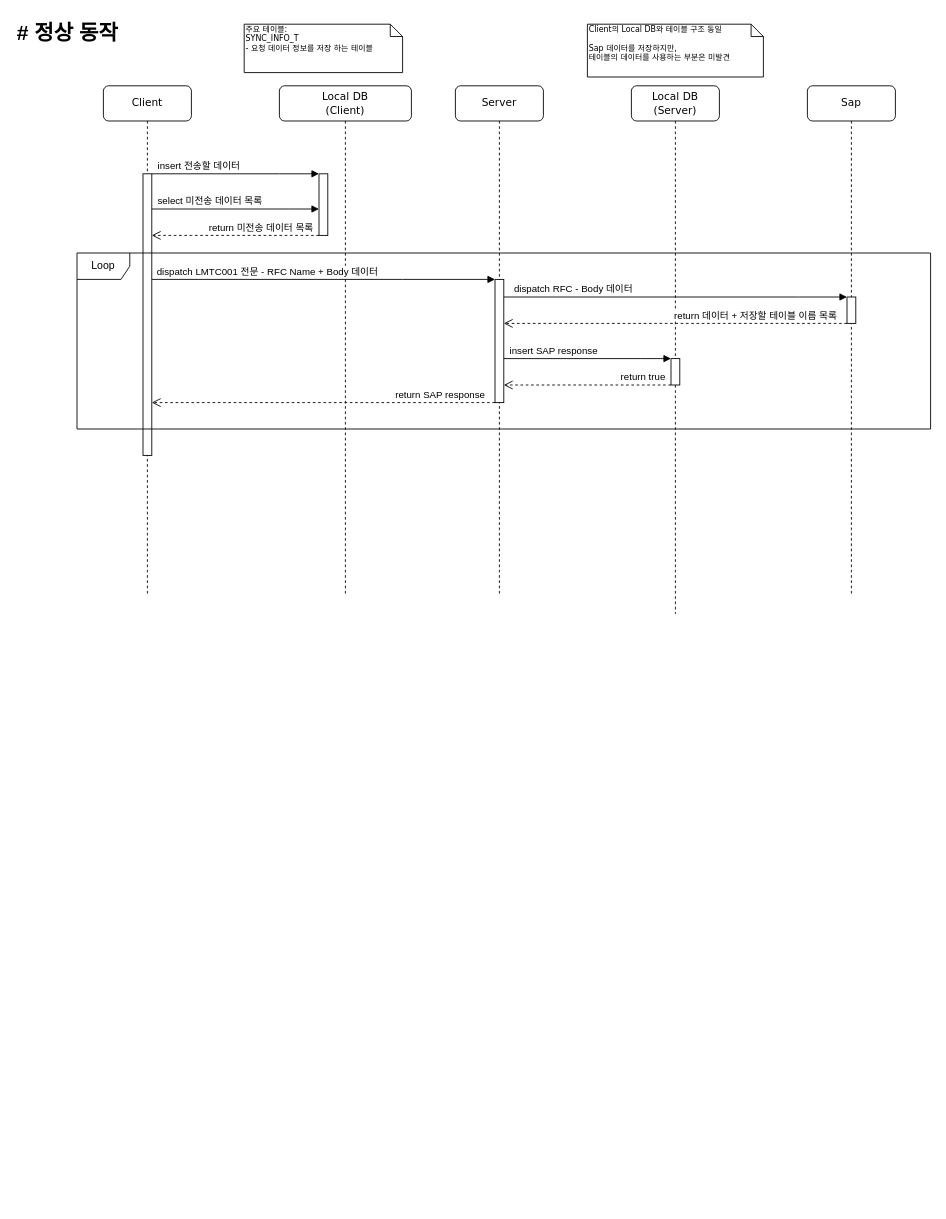
This is 제목 없는 다이어그램.drawio from rireya/reya-diagrams, a draw.io file, before an edit. Source tidied: cells renumbered, new cells numbered last; positions are measured from the earlier drawing's top-left corner, leaving out a move shared by most shapes. Both pictures are drawn from the tidied source at 88%, with x=0, y=0 at pixel (15, 15).
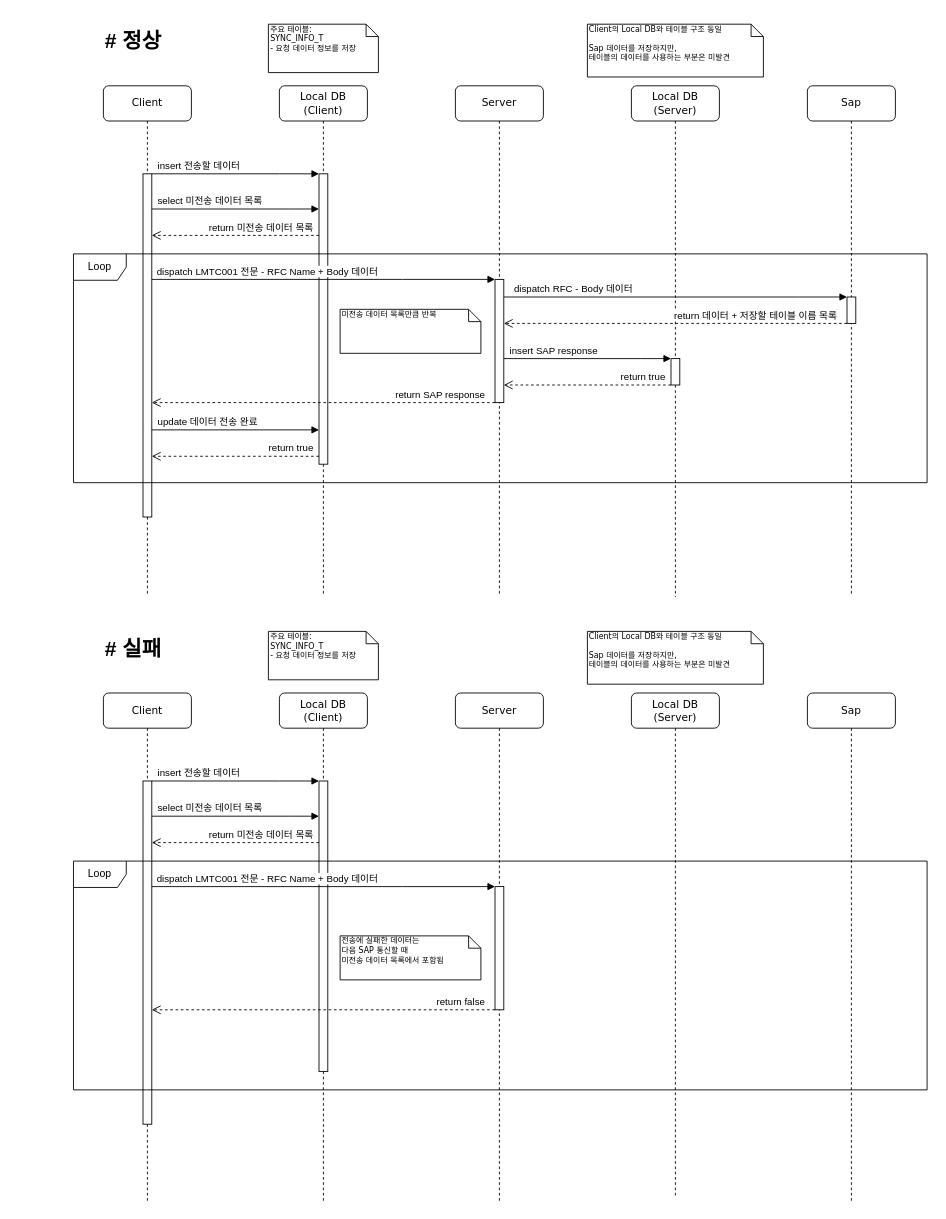
The same page after the edit.

Commit message (it also covers changes not shown here):
제목 없는 다이어그램.drawio 업데이트

The change refers to these unchanged cells:
```xml
<mxCell id="10" value="Client" style="shape=umlLifeline;perimeter=lifelinePerimeter;whiteSpace=wrap;html=1;rounded=1;shadow=0;comic=0;labelBackgroundColor=none;strokeWidth=1;fontFamily=Verdana;fontSize=12;align=center;" parent="1" vertex="1">
  <mxGeometry x="100" y="80" width="100" height="580" as="geometry" />
</mxCell>
```

Change to the diagram source:
```diff
@@
     <mxCell id="2" value="Local DB&lt;br&gt;(Client)" style="shape=umlLifeline;perimeter=lifelinePerimeter;whiteSpace=wrap;html=1;rounded=1;shadow=0;comic=0;labelBackgroundColor=none;strokeWidth=1;fontFamily=Verdana;fontSize=12;align=center;" parent="1" vertex="1">
-      <mxGeometry x="300" y="80" width="150" height="580" as="geometry" />
+      <mxGeometry x="300" y="80" width="100" height="580" as="geometry" />
     </mxCell>
     <mxCell id="3" style="html=1;points=[];perimeter=orthogonalPerimeter;rounded=0;shadow=0;comic=0;labelBackgroundColor=none;strokeWidth=1;fontFamily=Verdana;fontSize=12;align=center;" parent="2" vertex="1">
-      <mxGeometry x="45" y="100" width="10" height="70" as="geometry" />
+      <mxGeometry x="45" y="100" width="10" height="330" as="geometry" />
     </mxCell>
@@
     <mxCell id="6" value="Local DB&lt;br style=&quot;border-color: var(--border-color);&quot;&gt;(Server)" style="shape=umlLifeline;perimeter=lifelinePerimeter;whiteSpace=wrap;html=1;rounded=1;shadow=0;comic=0;labelBackgroundColor=none;strokeWidth=1;fontFamily=Verdana;fontSize=12;align=center;" parent="1" vertex="1">
-      <mxGeometry x="700" y="80" width="100" height="600" as="geometry" />
+      <mxGeometry x="700" y="80" width="100" height="581" as="geometry" />
     </mxCell>
@@
     <mxCell id="11" style="html=1;points=[];perimeter=orthogonalPerimeter;rounded=0;shadow=0;comic=0;labelBackgroundColor=none;strokeWidth=1;fontFamily=Verdana;fontSize=12;align=center;" parent="10" vertex="1">
-      <mxGeometry x="45" y="100" width="10" height="320" as="geometry" />
+      <mxGeometry x="45" y="100" width="10" height="390" as="geometry" />
     </mxCell>
-    <mxCell id="12" value="주요 테이블:&lt;br style=&quot;font-size: 9px;&quot;&gt;SYNC_INFO_T&lt;br&gt;- 요청 데이터 정보를 저장 하는 테이블" style="shape=note;whiteSpace=wrap;html=1;size=14;verticalAlign=top;align=left;spacingTop=-6;rounded=0;shadow=0;comic=0;labelBackgroundColor=none;strokeWidth=1;fontFamily=Verdana;fontSize=9;" parent="1" vertex="1">
-      <mxGeometry x="260" y="10" width="180" height="55" as="geometry" />
+    <mxCell id="12" value="주요 테이블:&lt;br style=&quot;font-size: 9px;&quot;&gt;SYNC_INFO_T&lt;br&gt;- 요청 데이터 정보를 저장" style="shape=note;whiteSpace=wrap;html=1;size=14;verticalAlign=top;align=left;spacingTop=-6;rounded=0;shadow=0;comic=0;labelBackgroundColor=none;strokeWidth=1;fontFamily=Verdana;fontSize=9;" parent="1" vertex="1">
+      <mxGeometry x="287.5" y="10" width="125" height="55" as="geometry" />
     </mxCell>
@@
-    <mxCell id="14" value="# 정상 동작" style="text;html=1;strokeColor=none;fillColor=none;align=left;verticalAlign=middle;whiteSpace=wrap;rounded=0;fontStyle=1;fontSize=24;fontFamily=Helvetica;" parent="1" vertex="1">
-      <mxGeometry width="280" height="40" as="geometry" />
+    <mxCell id="14" value="# 정상" style="text;html=1;strokeColor=none;fillColor=none;align=left;verticalAlign=middle;whiteSpace=wrap;rounded=0;fontStyle=1;fontSize=24;fontFamily=Helvetica;" parent="1" vertex="1">
+      <mxGeometry x="100" y="10" width="165" height="40" as="geometry" />
     </mxCell>
@@
-    <mxCell id="24" value="Loop" style="shape=umlFrame;whiteSpace=wrap;html=1;" parent="1" vertex="1">
-      <mxGeometry x="70" y="270" width="970" height="200" as="geometry" />
-    </mxCell>
+    <mxCell id="25" value="update 데이터 전송 완료" style="html=1;verticalAlign=bottom;endArrow=block;edgeStyle=elbowEdgeStyle;elbow=vertical;curved=0;rounded=0;align=left;" parent="1" edge="1" source="11" target="3">
+      <mxGeometry x="-0.95" relative="1" as="geometry">
+        <Array as="points">
+          <mxPoint x="320" y="471" />
+          <mxPoint x="320" y="451" />
+        </Array>
+      </mxGeometry>
+    </mxCell>
+    <mxCell id="26" value="return true" style="html=1;verticalAlign=bottom;endArrow=open;dashed=1;endSize=8;edgeStyle=elbowEdgeStyle;elbow=vertical;curved=0;rounded=0;align=right;" parent="1" edge="1" source="3" target="11">
+      <mxGeometry x="-0.95" relative="1" as="geometry">
+        <Array as="points">
+          <mxPoint x="201" y="501" />
+        </Array>
+      </mxGeometry>
+    </mxCell>
+    <mxCell id="27" value="Loop" style="shape=umlFrame;whiteSpace=wrap;html=1;" parent="1" vertex="1">
+      <mxGeometry x="66" y="271" width="970" height="260" as="geometry" />
+    </mxCell>
+    <mxCell id="28" value="Local DB&lt;br&gt;(Client)" style="shape=umlLifeline;perimeter=lifelinePerimeter;whiteSpace=wrap;html=1;rounded=1;shadow=0;comic=0;labelBackgroundColor=none;strokeWidth=1;fontFamily=Verdana;fontSize=12;align=center;" parent="1" vertex="1">
+      <mxGeometry x="300" y="770" width="100" height="580" as="geometry" />
+    </mxCell>
+    <mxCell id="29" style="html=1;points=[];perimeter=orthogonalPerimeter;rounded=0;shadow=0;comic=0;labelBackgroundColor=none;strokeWidth=1;fontFamily=Verdana;fontSize=12;align=center;" parent="28" vertex="1">
+      <mxGeometry x="45" y="100" width="10" height="330" as="geometry" />
+    </mxCell>
+    <mxCell id="30" value="Server" style="shape=umlLifeline;perimeter=lifelinePerimeter;whiteSpace=wrap;html=1;rounded=1;shadow=0;comic=0;labelBackgroundColor=none;strokeWidth=1;fontFamily=Verdana;fontSize=12;align=center;" parent="1" vertex="1">
+      <mxGeometry x="500" y="770" width="100" height="580" as="geometry" />
+    </mxCell>
+    <mxCell id="31" style="html=1;points=[];perimeter=orthogonalPerimeter;rounded=0;shadow=0;comic=0;labelBackgroundColor=none;strokeWidth=1;fontFamily=Verdana;fontSize=12;align=center;" parent="30" vertex="1">
+      <mxGeometry x="45" y="220" width="10" height="140" as="geometry" />
+    </mxCell>
+    <mxCell id="32" value="Local DB&lt;br style=&quot;border-color: var(--border-color);&quot;&gt;(Server)" style="shape=umlLifeline;perimeter=lifelinePerimeter;whiteSpace=wrap;html=1;rounded=1;shadow=0;comic=0;labelBackgroundColor=none;strokeWidth=1;fontFamily=Verdana;fontSize=12;align=center;" parent="1" vertex="1">
+      <mxGeometry x="700" y="770" width="100" height="574" as="geometry" />
+    </mxCell>
+    <mxCell id="33" value="Sap" style="shape=umlLifeline;perimeter=lifelinePerimeter;whiteSpace=wrap;html=1;rounded=1;shadow=0;comic=0;labelBackgroundColor=none;strokeWidth=1;fontFamily=Verdana;fontSize=12;align=center;" parent="1" vertex="1">
+      <mxGeometry x="900" y="770" width="100" height="580" as="geometry" />
+    </mxCell>
+    <mxCell id="34" value="Client" style="shape=umlLifeline;perimeter=lifelinePerimeter;whiteSpace=wrap;html=1;rounded=1;shadow=0;comic=0;labelBackgroundColor=none;strokeWidth=1;fontFamily=Verdana;fontSize=12;align=center;" parent="1" vertex="1">
+      <mxGeometry x="100" y="770" width="100" height="580" as="geometry" />
+    </mxCell>
+    <mxCell id="35" style="html=1;points=[];perimeter=orthogonalPerimeter;rounded=0;shadow=0;comic=0;labelBackgroundColor=none;strokeWidth=1;fontFamily=Verdana;fontSize=12;align=center;" parent="34" vertex="1">
+      <mxGeometry x="45" y="100" width="10" height="390" as="geometry" />
+    </mxCell>
+    <mxCell id="36" value="주요 테이블:&lt;br style=&quot;font-size: 9px;&quot;&gt;SYNC_INFO_T&lt;br&gt;- 요청 데이터 정보를 저장" style="shape=note;whiteSpace=wrap;html=1;size=14;verticalAlign=top;align=left;spacingTop=-6;rounded=0;shadow=0;comic=0;labelBackgroundColor=none;strokeWidth=1;fontFamily=Verdana;fontSize=9;" parent="1" vertex="1">
+      <mxGeometry x="287.5" y="700" width="125" height="55" as="geometry" />
+    </mxCell>
+    <mxCell id="37" value="Client의 Local DB와 테이블 구조 동일&lt;br&gt;&lt;br&gt;Sap 데이터를 저장하지만,&lt;br style=&quot;font-size: 9px;&quot;&gt;테이블의 데이터를 사용하는 부분은 미발견&lt;br style=&quot;font-size: 9px;&quot;&gt;" style="shape=note;whiteSpace=wrap;html=1;size=14;verticalAlign=top;align=left;spacingTop=-6;rounded=0;shadow=0;comic=0;labelBackgroundColor=none;strokeWidth=1;fontFamily=Verdana;fontSize=9;" parent="1" vertex="1">
+      <mxGeometry x="650" y="700" width="200" height="60" as="geometry" />
+    </mxCell>
+    <mxCell id="38" value="# 실패" style="text;html=1;strokeColor=none;fillColor=none;align=left;verticalAlign=middle;whiteSpace=wrap;rounded=0;fontStyle=1;fontSize=24;fontFamily=Helvetica;" parent="1" vertex="1">
+      <mxGeometry x="100" y="700" width="165" height="40" as="geometry" />
+    </mxCell>
+    <mxCell id="39" value="insert 전송할 데이터" style="html=1;verticalAlign=bottom;endArrow=block;edgeStyle=elbowEdgeStyle;elbow=vertical;curved=0;rounded=0;align=left;" parent="1" edge="1" source="35" target="29">
+      <mxGeometry x="-0.95" relative="1" as="geometry">
+        <Array as="points">
+          <mxPoint x="300" y="870" />
+          <mxPoint x="300" y="850" />
+        </Array>
+      </mxGeometry>
+    </mxCell>
+    <mxCell id="40" value="select 미전송 데이터 목록" style="html=1;verticalAlign=bottom;endArrow=block;edgeStyle=elbowEdgeStyle;elbow=vertical;curved=0;rounded=0;align=left;" parent="1" edge="1" source="35" target="29">
+      <mxGeometry x="-0.95" relative="1" as="geometry">
+        <Array as="points">
+          <mxPoint x="310" y="910" />
+          <mxPoint x="310" y="890" />
+        </Array>
+      </mxGeometry>
+    </mxCell>
+    <mxCell id="41" value="return 미전송 데이터 목록" style="html=1;verticalAlign=bottom;endArrow=open;dashed=1;endSize=8;edgeStyle=elbowEdgeStyle;elbow=vertical;curved=0;rounded=0;align=right;" parent="1" edge="1" source="29" target="35">
+      <mxGeometry x="-0.95" relative="1" as="geometry">
+        <Array as="points">
+          <mxPoint x="200" y="940" />
+        </Array>
+      </mxGeometry>
+    </mxCell>
+    <mxCell id="42" value="dispatch LMTC001 전문 - RFC Name + Body 데이터" style="html=1;verticalAlign=bottom;endArrow=block;edgeStyle=elbowEdgeStyle;elbow=vertical;curved=0;rounded=0;align=left;" parent="1" edge="1" source="35" target="31">
+      <mxGeometry x="-0.98" relative="1" as="geometry">
+        <Array as="points">
+          <mxPoint x="440" y="990" />
+          <mxPoint x="315" y="969.6" />
+        </Array>
+      </mxGeometry>
+    </mxCell>
+    <mxCell id="43" value="return false" style="html=1;verticalAlign=bottom;endArrow=open;dashed=1;endSize=8;edgeStyle=elbowEdgeStyle;elbow=vertical;curved=0;rounded=0;align=right;" parent="1" edge="1" source="31" target="35">
+      <mxGeometry x="-0.95" relative="1" as="geometry">
+        <Array as="points">
+          <mxPoint x="220" y="1130" />
+        </Array>
+      </mxGeometry>
+    </mxCell>
+    <mxCell id="44" value="Loop" style="shape=umlFrame;whiteSpace=wrap;html=1;" parent="1" vertex="1">
+      <mxGeometry x="66" y="961" width="970" height="260" as="geometry" />
+    </mxCell>
+    <mxCell id="45" value="전송에 실패한 데이터는 &lt;br&gt;다음 SAP 통신할 때&lt;br&gt;미전송 데이터 목록에서 포함됨" style="shape=note;whiteSpace=wrap;html=1;size=14;verticalAlign=top;align=left;spacingTop=-6;rounded=0;shadow=0;comic=0;labelBackgroundColor=none;strokeWidth=1;fontFamily=Verdana;fontSize=9;" parent="1" vertex="1">
+      <mxGeometry x="369" y="1046" width="160" height="50" as="geometry" />
+    </mxCell>
+    <mxCell id="46" value="미전송 데이터 목록만큼 반복" style="shape=note;whiteSpace=wrap;html=1;size=14;verticalAlign=top;align=left;spacingTop=-6;rounded=0;shadow=0;comic=0;labelBackgroundColor=none;strokeWidth=1;fontFamily=Verdana;fontSize=9;" parent="1" vertex="1">
+      <mxGeometry x="369" y="334" width="160" height="50" as="geometry" />
+    </mxCell>
```
